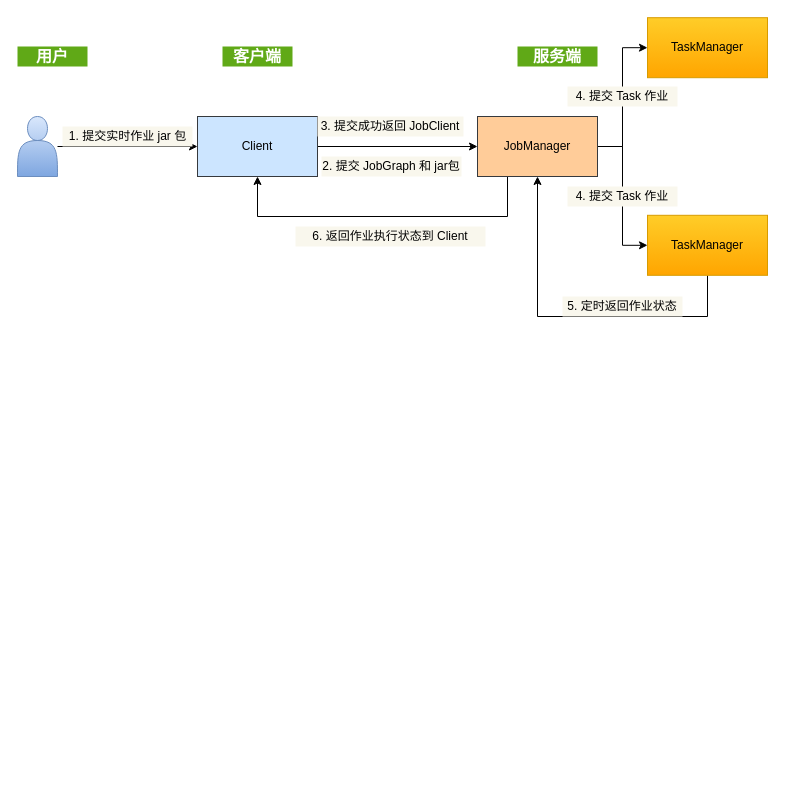
The draw.io diagram graph/Flink-Core-Structure.drawio in nicekk/Flink-Practice, before the edit. Source tidied: cells renumbered, new cells numbered last; positions are measured from the earlier drawing's top-left corner, leaving out a move shared by most shapes. Both pictures are drawn from the tidied source at 100%, with x=0, y=0 at pixel (17, 17).
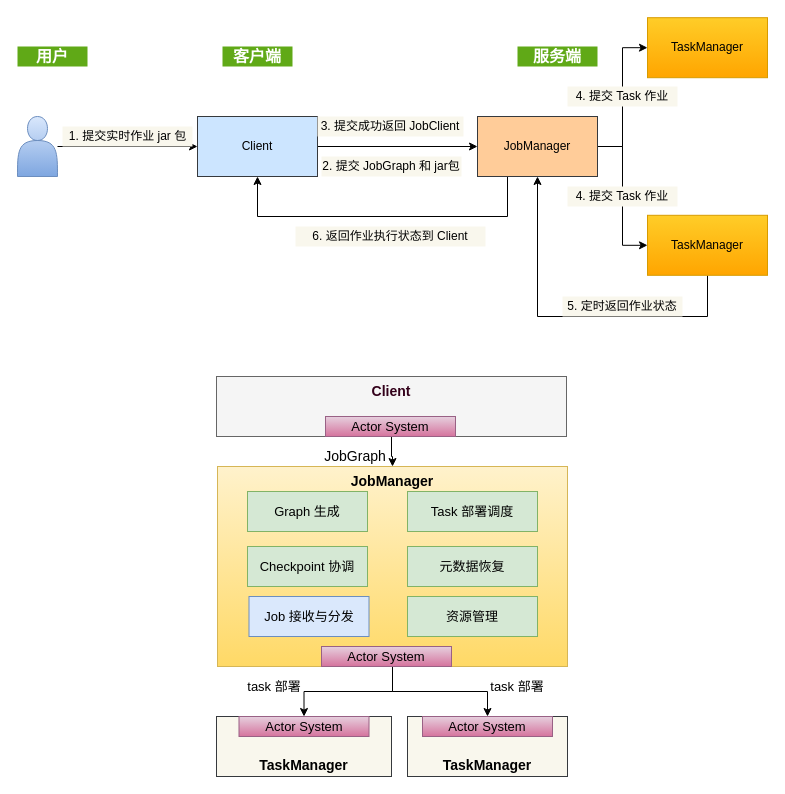
The same page after the edit.

Change to the diagram source:
```diff
@@
+    <mxCell id="23" style="edgeStyle=orthogonalEdgeStyle;rounded=0;jettySize=auto;html=1;fontSize=13;fontColor=#000000;" parent="1" edge="1" source="24" target="27">
+      <mxGeometry relative="1" as="geometry" />
+    </mxCell>
+    <mxCell id="24" value="&lt;font size=&quot;1&quot; color=&quot;#33001a&quot;&gt;&lt;b style=&quot;font-size: 14px&quot;&gt;Client&lt;/b&gt;&lt;/font&gt;" style="rounded=0;whiteSpace=wrap;html=1;fillColor=#f5f5f5;fontSize=13;fontColor=#333333;verticalAlign=top;strokeColor=#666666;" parent="1" vertex="1">
+      <mxGeometry x="199" y="359" width="350" height="60" as="geometry" />
+    </mxCell>
+    <mxCell id="25" style="edgeStyle=orthogonalEdgeStyle;rounded=0;jettySize=auto;html=1;fontSize=13;fontColor=#000000;" parent="1" edge="1" source="27" target="38">
+      <mxGeometry relative="1" as="geometry" />
+    </mxCell>
+    <mxCell id="26" style="edgeStyle=orthogonalEdgeStyle;rounded=0;jettySize=auto;html=1;fontSize=13;fontColor=#000000;" parent="1" edge="1" source="27" target="39">
+      <mxGeometry relative="1" as="geometry" />
+    </mxCell>
+    <mxCell id="27" value="&lt;font size=&quot;1&quot;&gt;&lt;b style=&quot;font-size: 14px&quot;&gt;JobManager&lt;/b&gt;&lt;/font&gt;" style="rounded=0;whiteSpace=wrap;html=1;fillColor=#fff2cc;fontSize=13;verticalAlign=top;gradientColor=#ffd966;strokeColor=#d6b656;" parent="1" vertex="1">
+      <mxGeometry x="200" y="449" width="350" height="200" as="geometry" />
+    </mxCell>
+    <mxCell id="28" value="&lt;font size=&quot;1&quot;&gt;&lt;b style=&quot;font-size: 14px&quot;&gt;TaskManager&lt;/b&gt;&lt;/font&gt;" style="rounded=0;whiteSpace=wrap;html=1;fillColor=#f9f7ed;fontSize=13;verticalAlign=bottom;strokeColor=#36393d;" parent="1" vertex="1">
+      <mxGeometry x="199" y="699" width="175" height="60" as="geometry" />
+    </mxCell>
+    <mxCell id="29" value="Actor System" style="rounded=0;whiteSpace=wrap;html=1;fillColor=#e6d0de;fontSize=13;gradientColor=#d5739d;strokeColor=#996185;" parent="1" vertex="1">
+      <mxGeometry x="308" y="399" width="130" height="20" as="geometry" />
+    </mxCell>
+    <mxCell id="30" value="Graph 生成" style="rounded=0;whiteSpace=wrap;html=1;fillColor=#d5e8d4;fontSize=13;strokeColor=#82b366;" parent="1" vertex="1">
+      <mxGeometry x="230" y="474" width="120" height="40" as="geometry" />
+    </mxCell>
+    <mxCell id="31" value="Task 部署调度" style="rounded=0;whiteSpace=wrap;html=1;fillColor=#d5e8d4;fontSize=13;strokeColor=#82b366;" parent="1" vertex="1">
+      <mxGeometry x="390" y="474" width="130" height="40" as="geometry" />
+    </mxCell>
+    <mxCell id="32" value="Checkpoint 协调" style="rounded=0;whiteSpace=wrap;html=1;fillColor=#d5e8d4;fontSize=13;strokeColor=#82b366;" parent="1" vertex="1">
+      <mxGeometry x="230" y="529" width="120" height="40" as="geometry" />
+    </mxCell>
+    <mxCell id="33" value="元数据恢复" style="rounded=0;whiteSpace=wrap;html=1;fillColor=#d5e8d4;fontSize=13;strokeColor=#82b366;" parent="1" vertex="1">
+      <mxGeometry x="390" y="529" width="130" height="40" as="geometry" />
+    </mxCell>
+    <mxCell id="34" value="Job 接收与分发" style="rounded=0;whiteSpace=wrap;html=1;fillColor=#dae8fc;fontSize=13;strokeColor=#6c8ebf;" parent="1" vertex="1">
+      <mxGeometry x="231.5" y="579" width="120" height="40" as="geometry" />
+    </mxCell>
+    <mxCell id="35" value="资源管理" style="rounded=0;whiteSpace=wrap;html=1;fillColor=#d5e8d4;fontSize=13;strokeColor=#82b366;" parent="1" vertex="1">
+      <mxGeometry x="390" y="579" width="130" height="40" as="geometry" />
+    </mxCell>
+    <mxCell id="36" value="Actor System" style="rounded=0;whiteSpace=wrap;html=1;fillColor=#e6d0de;fontSize=13;gradientColor=#d5739d;strokeColor=#996185;" parent="1" vertex="1">
+      <mxGeometry x="304" y="629" width="130" height="20" as="geometry" />
+    </mxCell>
+    <mxCell id="37" value="&lt;font size=&quot;1&quot;&gt;&lt;b style=&quot;font-size: 14px&quot;&gt;TaskManager&lt;/b&gt;&lt;/font&gt;" style="rounded=0;whiteSpace=wrap;html=1;fillColor=#f9f7ed;fontSize=13;verticalAlign=bottom;strokeColor=#36393d;" parent="1" vertex="1">
+      <mxGeometry x="390" y="699" width="160" height="60" as="geometry" />
+    </mxCell>
+    <mxCell id="38" value="Actor System" style="rounded=0;whiteSpace=wrap;html=1;fillColor=#e6d0de;fontSize=13;gradientColor=#d5739d;strokeColor=#996185;" parent="1" vertex="1">
+      <mxGeometry x="221.5" y="699" width="130" height="20" as="geometry" />
+    </mxCell>
+    <mxCell id="39" value="Actor System" style="rounded=0;whiteSpace=wrap;html=1;fillColor=#e6d0de;fontSize=13;gradientColor=#d5739d;strokeColor=#996185;" parent="1" vertex="1">
+      <mxGeometry x="405" y="699" width="130" height="20" as="geometry" />
+    </mxCell>
+    <mxCell id="40" value="task 部署" style="text;html=1;strokeColor=none;fillColor=none;align=center;verticalAlign=middle;whiteSpace=wrap;rounded=0;fontSize=13;fontColor=#000000;" parent="1" vertex="1">
+      <mxGeometry x="221.5" y="659" width="70" height="20" as="geometry" />
+    </mxCell>
+    <mxCell id="41" value="task 部署" style="text;html=1;strokeColor=none;fillColor=none;align=center;verticalAlign=middle;whiteSpace=wrap;rounded=0;fontSize=13;fontColor=#000000;" parent="1" vertex="1">
+      <mxGeometry x="465" y="659" width="70" height="20" as="geometry" />
+    </mxCell>
+    <mxCell id="42" value="JobGraph" style="text;html=1;strokeColor=none;fillColor=none;align=center;verticalAlign=middle;whiteSpace=wrap;rounded=0;fontSize=14;fontColor=#000000;" parent="1" vertex="1">
+      <mxGeometry x="308" y="429" width="60" height="20" as="geometry" />
+    </mxCell>
```
